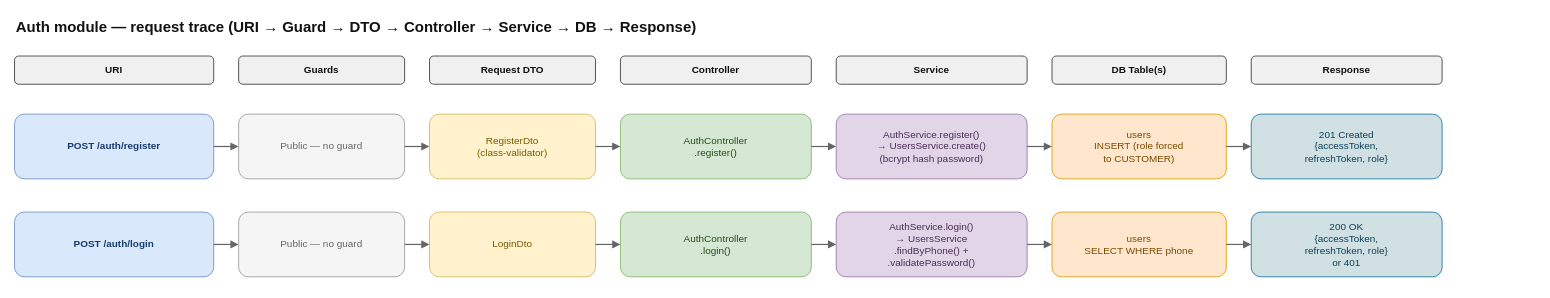
This is flows/drawio/01-auth-trace.drawio from revanthvelaga/2026-VRK-Arogya, a draw.io file, before an edit. Source tidied: cells renumbered, new cells numbered last; positions are measured from the earlier drawing's top-left corner, leaving out a move shared by most shapes. Both pictures are drawn from the tidied source at 83%, with x=0, y=0 at pixel (14, 14).
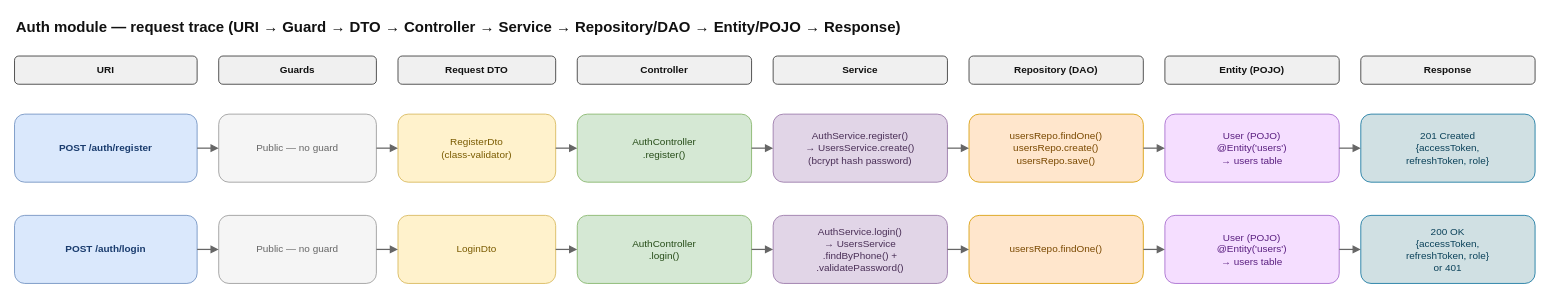
The same page after the edit.

Diff of the diagram source:
```diff
@@
-    <mxCell id="2" value="Auth module — request trace (URI → Guard → DTO → Controller → Service → DB → Response)" style="text;html=1;align=left;verticalAlign=middle;fontSize=18;fontColor=#111111;fontStyle=1;" parent="1" vertex="1">
-      <mxGeometry width="1720" height="30" as="geometry" />
+    <mxCell id="2" value="Auth module — request trace (URI → Guard → DTO → Controller → Service → Repository/DAO → Entity/POJO → Response)" style="text;html=1;align=left;verticalAlign=middle;fontSize=18;fontColor=#111111;fontStyle=1;" parent="1" vertex="1">
+      <mxGeometry width="1832" height="30" as="geometry" />
     </mxCell>
     <mxCell id="3" value="URI" style="rounded=1;whiteSpace=wrap;html=1;fillColor=#f0f0f0;strokeColor=#333333;fontColor=#111111;fontSize=12;align=center;verticalAlign=middle;spacing=6;fontStyle=1;" parent="1" vertex="1">
-      <mxGeometry y="50" width="240" height="34" as="geometry" />
+      <mxGeometry y="50" width="220" height="34" as="geometry" />
     </mxCell>
     <mxCell id="4" value="Guards" style="rounded=1;whiteSpace=wrap;html=1;fillColor=#f0f0f0;strokeColor=#333333;fontColor=#111111;fontSize=12;align=center;verticalAlign=middle;spacing=6;fontStyle=1;" parent="1" vertex="1">
-      <mxGeometry x="270" y="50" width="200" height="34" as="geometry" />
+      <mxGeometry x="246" y="50" width="190" height="34" as="geometry" />
     </mxCell>
     <mxCell id="5" value="Request DTO" style="rounded=1;whiteSpace=wrap;html=1;fillColor=#f0f0f0;strokeColor=#333333;fontColor=#111111;fontSize=12;align=center;verticalAlign=middle;spacing=6;fontStyle=1;" parent="1" vertex="1">
-      <mxGeometry x="500" y="50" width="200" height="34" as="geometry" />
+      <mxGeometry x="462" y="50" width="190" height="34" as="geometry" />
     </mxCell>
     <mxCell id="6" value="Controller" style="rounded=1;whiteSpace=wrap;html=1;fillColor=#f0f0f0;strokeColor=#333333;fontColor=#111111;fontSize=12;align=center;verticalAlign=middle;spacing=6;fontStyle=1;" parent="1" vertex="1">
-      <mxGeometry x="730" y="50" width="230" height="34" as="geometry" />
+      <mxGeometry x="678" y="50" width="210" height="34" as="geometry" />
     </mxCell>
     <mxCell id="7" value="Service" style="rounded=1;whiteSpace=wrap;html=1;fillColor=#f0f0f0;strokeColor=#333333;fontColor=#111111;fontSize=12;align=center;verticalAlign=middle;spacing=6;fontStyle=1;" parent="1" vertex="1">
-      <mxGeometry x="990" y="50" width="230" height="34" as="geometry" />
+      <mxGeometry x="914" y="50" width="210" height="34" as="geometry" />
     </mxCell>
-    <mxCell id="8" value="DB Table(s)" style="rounded=1;whiteSpace=wrap;html=1;fillColor=#f0f0f0;strokeColor=#333333;fontColor=#111111;fontSize=12;align=center;verticalAlign=middle;spacing=6;fontStyle=1;" parent="1" vertex="1">
-      <mxGeometry x="1250" y="50" width="210" height="34" as="geometry" />
+    <mxCell id="8" value="Repository (DAO)" style="rounded=1;whiteSpace=wrap;html=1;fillColor=#f0f0f0;strokeColor=#333333;fontColor=#111111;fontSize=12;align=center;verticalAlign=middle;spacing=6;fontStyle=1;" parent="1" vertex="1">
+      <mxGeometry x="1150" y="50" width="210" height="34" as="geometry" />
     </mxCell>
-    <mxCell id="9" value="Response" style="rounded=1;whiteSpace=wrap;html=1;fillColor=#f0f0f0;strokeColor=#333333;fontColor=#111111;fontSize=12;align=center;verticalAlign=middle;spacing=6;fontStyle=1;" parent="1" vertex="1">
-      <mxGeometry x="1490" y="50" width="230" height="34" as="geometry" />
+    <mxCell id="9" value="Entity (POJO)" style="rounded=1;whiteSpace=wrap;html=1;fillColor=#f0f0f0;strokeColor=#333333;fontColor=#111111;fontSize=12;align=center;verticalAlign=middle;spacing=6;fontStyle=1;" parent="1" vertex="1">
+      <mxGeometry x="1386" y="50" width="210" height="34" as="geometry" />
     </mxCell>
-    <mxCell id="10" value="POST /auth/register" style="rounded=1;whiteSpace=wrap;html=1;fillColor=#dae8fc;strokeColor=#6c8ebf;fontColor=#1a3c6e;fontSize=12;align=center;verticalAlign=middle;spacing=6;fontStyle=1;" parent="1" vertex="1">
-      <mxGeometry y="120" width="240" height="78" as="geometry" />
+    <mxCell id="10" value="Response" style="rounded=1;whiteSpace=wrap;html=1;fillColor=#f0f0f0;strokeColor=#333333;fontColor=#111111;fontSize=12;align=center;verticalAlign=middle;spacing=6;fontStyle=1;" parent="1" vertex="1">
+      <mxGeometry x="1622" y="50" width="210" height="34" as="geometry" />
     </mxCell>
-    <mxCell id="11" value="Public — no guard" style="rounded=1;whiteSpace=wrap;html=1;fillColor=#f5f5f5;strokeColor=#999999;fontColor=#666666;fontSize=12;align=center;verticalAlign=middle;spacing=6;" parent="1" vertex="1">
-      <mxGeometry x="270" y="120" width="200" height="78" as="geometry" />
+    <mxCell id="11" value="POST /auth/register" style="rounded=1;whiteSpace=wrap;html=1;fillColor=#dae8fc;strokeColor=#6c8ebf;fontColor=#1a3c6e;fontSize=12;align=center;verticalAlign=middle;spacing=6;fontStyle=1;" parent="1" vertex="1">
+      <mxGeometry y="120" width="220" height="82" as="geometry" />
     </mxCell>
-    <mxCell id="12" value="RegisterDto&lt;br/&gt;(class-validator)" style="rounded=1;whiteSpace=wrap;html=1;fillColor=#fff2cc;strokeColor=#d6b656;fontColor=#7a5b00;fontSize=12;align=center;verticalAlign=middle;spacing=6;" parent="1" vertex="1">
-      <mxGeometry x="500" y="120" width="200" height="78" as="geometry" />
+    <mxCell id="12" value="Public — no guard" style="rounded=1;whiteSpace=wrap;html=1;fillColor=#f5f5f5;strokeColor=#999999;fontColor=#666666;fontSize=12;align=center;verticalAlign=middle;spacing=6;" parent="1" vertex="1">
+      <mxGeometry x="246" y="120" width="190" height="82" as="geometry" />
     </mxCell>
-    <mxCell id="13" value="AuthController&lt;br/&gt;.register()" style="rounded=1;whiteSpace=wrap;html=1;fillColor=#d5e8d4;strokeColor=#82b366;fontColor=#274d19;fontSize=12;align=center;verticalAlign=middle;spacing=6;" parent="1" vertex="1">
-      <mxGeometry x="730" y="120" width="230" height="78" as="geometry" />
+    <mxCell id="13" value="RegisterDto&lt;br/&gt;(class-validator)" style="rounded=1;whiteSpace=wrap;html=1;fillColor=#fff2cc;strokeColor=#d6b656;fontColor=#7a5b00;fontSize=12;align=center;verticalAlign=middle;spacing=6;" parent="1" vertex="1">
+      <mxGeometry x="462" y="120" width="190" height="82" as="geometry" />
     </mxCell>
-    <mxCell id="14" value="AuthService.register()&lt;br/&gt;→ UsersService.create()&lt;br/&gt;(bcrypt hash password)" style="rounded=1;whiteSpace=wrap;html=1;fillColor=#e1d5e7;strokeColor=#9673a6;fontColor=#4a2f57;fontSize=12;align=center;verticalAlign=middle;spacing=6;" parent="1" vertex="1">
-      <mxGeometry x="990" y="120" width="230" height="78" as="geometry" />
+    <mxCell id="14" value="AuthController&lt;br/&gt;.register()" style="rounded=1;whiteSpace=wrap;html=1;fillColor=#d5e8d4;strokeColor=#82b366;fontColor=#274d19;fontSize=12;align=center;verticalAlign=middle;spacing=6;" parent="1" vertex="1">
+      <mxGeometry x="678" y="120" width="210" height="82" as="geometry" />
     </mxCell>
-    <mxCell id="15" value="users&lt;br/&gt;INSERT (role forced&lt;br/&gt;to CUSTOMER)" style="rounded=1;whiteSpace=wrap;html=1;fillColor=#ffe6cc;strokeColor=#d79b00;fontColor=#7a4900;fontSize=12;align=center;verticalAlign=middle;spacing=6;" parent="1" vertex="1">
-      <mxGeometry x="1250" y="120" width="210" height="78" as="geometry" />
+    <mxCell id="15" value="AuthService.register()&lt;br/&gt;→ UsersService.create()&lt;br/&gt;(bcrypt hash password)" style="rounded=1;whiteSpace=wrap;html=1;fillColor=#e1d5e7;strokeColor=#9673a6;fontColor=#4a2f57;fontSize=12;align=center;verticalAlign=middle;spacing=6;" parent="1" vertex="1">
+      <mxGeometry x="914" y="120" width="210" height="82" as="geometry" />
     </mxCell>
-    <mxCell id="16" value="201 Created&lt;br/&gt;{accessToken,&lt;br/&gt;refreshToken, role}" style="rounded=1;whiteSpace=wrap;html=1;fillColor=#d0e0e3;strokeColor=#10739e;fontColor=#0b425a;fontSize=12;align=center;verticalAlign=middle;spacing=6;" parent="1" vertex="1">
-      <mxGeometry x="1490" y="120" width="230" height="78" as="geometry" />
+    <mxCell id="16" value="usersRepo.findOne()&lt;br/&gt;usersRepo.create()&lt;br/&gt;usersRepo.save()" style="rounded=1;whiteSpace=wrap;html=1;fillColor=#ffe6cc;strokeColor=#d79b00;fontColor=#7a4900;fontSize=12;align=center;verticalAlign=middle;spacing=6;" parent="1" vertex="1">
+      <mxGeometry x="1150" y="120" width="210" height="82" as="geometry" />
     </mxCell>
-    <mxCell id="17" style="edgeStyle=orthogonalEdgeStyle;rounded=0;html=1;endArrow=block;elbow=vertical;strokeColor=#666666;strokeWidth=1.5;" parent="1" edge="1" source="10" target="11">
-      <mxGeometry relative="1" as="geometry" />
+    <mxCell id="17" value="User (POJO)&lt;br/&gt;@Entity('users')&lt;br/&gt;→ users table" style="rounded=1;whiteSpace=wrap;html=1;fillColor=#f5deff;strokeColor=#a366cc;fontColor=#5a1f80;fontSize=12;align=center;verticalAlign=middle;spacing=6;" parent="1" vertex="1">
+      <mxGeometry x="1386" y="120" width="210" height="82" as="geometry" />
     </mxCell>
-    <mxCell id="18" style="edgeStyle=orthogonalEdgeStyle;rounded=0;html=1;endArrow=block;elbow=vertical;strokeColor=#666666;strokeWidth=1.5;" parent="1" edge="1" source="11" target="12">
-      <mxGeometry relative="1" as="geometry" />
+    <mxCell id="18" value="201 Created&lt;br/&gt;{accessToken,&lt;br/&gt;refreshToken, role}" style="rounded=1;whiteSpace=wrap;html=1;fillColor=#d0e0e3;strokeColor=#10739e;fontColor=#0b425a;fontSize=12;align=center;verticalAlign=middle;spacing=6;" parent="1" vertex="1">
+      <mxGeometry x="1622" y="120" width="210" height="82" as="geometry" />
     </mxCell>
-    <mxCell id="19" style="edgeStyle=orthogonalEdgeStyle;rounded=0;html=1;endArrow=block;elbow=vertical;strokeColor=#666666;strokeWidth=1.5;" parent="1" edge="1" source="12" target="13">
+    <mxCell id="19" style="edgeStyle=orthogonalEdgeStyle;rounded=0;html=1;endArrow=block;elbow=vertical;strokeColor=#666666;strokeWidth=1.5;" parent="1" edge="1" source="11" target="12">
       <mxGeometry relative="1" as="geometry" />
     </mxCell>
-    <mxCell id="20" style="edgeStyle=orthogonalEdgeStyle;rounded=0;html=1;endArrow=block;elbow=vertical;strokeColor=#666666;strokeWidth=1.5;" parent="1" edge="1" source="13" target="14">
+    <mxCell id="20" style="edgeStyle=orthogonalEdgeStyle;rounded=0;html=1;endArrow=block;elbow=vertical;strokeColor=#666666;strokeWidth=1.5;" parent="1" edge="1" source="12" target="13">
       <mxGeometry relative="1" as="geometry" />
     </mxCell>
-    <mxCell id="21" style="edgeStyle=orthogonalEdgeStyle;rounded=0;html=1;endArrow=block;elbow=vertical;strokeColor=#666666;strokeWidth=1.5;" parent="1" edge="1" source="14" target="15">
+    <mxCell id="21" style="edgeStyle=orthogonalEdgeStyle;rounded=0;html=1;endArrow=block;elbow=vertical;strokeColor=#666666;strokeWidth=1.5;" parent="1" edge="1" source="13" target="14">
       <mxGeometry relative="1" as="geometry" />
     </mxCell>
-    <mxCell id="22" style="edgeStyle=orthogonalEdgeStyle;rounded=0;html=1;endArrow=block;elbow=vertical;strokeColor=#666666;strokeWidth=1.5;" parent="1" edge="1" source="15" target="16">
+    <mxCell id="22" style="edgeStyle=orthogonalEdgeStyle;rounded=0;html=1;endArrow=block;elbow=vertical;strokeColor=#666666;strokeWidth=1.5;" parent="1" edge="1" source="14" target="15">
       <mxGeometry relative="1" as="geometry" />
     </mxCell>
-    <mxCell id="23" value="POST /auth/login" style="rounded=1;whiteSpace=wrap;html=1;fillColor=#dae8fc;strokeColor=#6c8ebf;fontColor=#1a3c6e;fontSize=12;align=center;verticalAlign=middle;spacing=6;fontStyle=1;" parent="1" vertex="1">
-      <mxGeometry y="238" width="240" height="78" as="geometry" />
+    <mxCell id="23" style="edgeStyle=orthogonalEdgeStyle;rounded=0;html=1;endArrow=block;elbow=vertical;strokeColor=#666666;strokeWidth=1.5;" parent="1" edge="1" source="15" target="16">
+      <mxGeometry relative="1" as="geometry" />
     </mxCell>
-    <mxCell id="24" value="Public — no guard" style="rounded=1;whiteSpace=wrap;html=1;fillColor=#f5f5f5;strokeColor=#999999;fontColor=#666666;fontSize=12;align=center;verticalAlign=middle;spacing=6;" parent="1" vertex="1">
-      <mxGeometry x="270" y="238" width="200" height="78" as="geometry" />
+    <mxCell id="24" style="edgeStyle=orthogonalEdgeStyle;rounded=0;html=1;endArrow=block;elbow=vertical;strokeColor=#666666;strokeWidth=1.5;" parent="1" edge="1" source="16" target="17">
+      <mxGeometry relative="1" as="geometry" />
     </mxCell>
-    <mxCell id="25" value="LoginDto" style="rounded=1;whiteSpace=wrap;html=1;fillColor=#fff2cc;strokeColor=#d6b656;fontColor=#7a5b00;fontSize=12;align=center;verticalAlign=middle;spacing=6;" parent="1" vertex="1">
-      <mxGeometry x="500" y="238" width="200" height="78" as="geometry" />
+    <mxCell id="25" style="edgeStyle=orthogonalEdgeStyle;rounded=0;html=1;endArrow=block;elbow=vertical;strokeColor=#666666;strokeWidth=1.5;" parent="1" edge="1" source="17" target="18">
+      <mxGeometry relative="1" as="geometry" />
     </mxCell>
-    <mxCell id="26" value="AuthController&lt;br/&gt;.login()" style="rounded=1;whiteSpace=wrap;html=1;fillColor=#d5e8d4;strokeColor=#82b366;fontColor=#274d19;fontSize=12;align=center;verticalAlign=middle;spacing=6;" parent="1" vertex="1">
-      <mxGeometry x="730" y="238" width="230" height="78" as="geometry" />
+    <mxCell id="26" value="POST /auth/login" style="rounded=1;whiteSpace=wrap;html=1;fillColor=#dae8fc;strokeColor=#6c8ebf;fontColor=#1a3c6e;fontSize=12;align=center;verticalAlign=middle;spacing=6;fontStyle=1;" parent="1" vertex="1">
+      <mxGeometry y="242" width="220" height="82" as="geometry" />
     </mxCell>
-    <mxCell id="27" value="AuthService.login()&lt;br/&gt;→ UsersService&lt;br/&gt;.findByPhone() +&lt;br/&gt;.validatePassword()" style="rounded=1;whiteSpace=wrap;html=1;fillColor=#e1d5e7;strokeColor=#9673a6;fontColor=#4a2f57;fontSize=12;align=center;verticalAlign=middle;spacing=6;" parent="1" vertex="1">
-      <mxGeometry x="990" y="238" width="230" height="78" as="geometry" />
+    <mxCell id="27" value="Public — no guard" style="rounded=1;whiteSpace=wrap;html=1;fillColor=#f5f5f5;strokeColor=#999999;fontColor=#666666;fontSize=12;align=center;verticalAlign=middle;spacing=6;" parent="1" vertex="1">
+      <mxGeometry x="246" y="242" width="190" height="82" as="geometry" />
     </mxCell>
-    <mxCell id="28" value="users&lt;br/&gt;SELECT WHERE phone" style="rounded=1;whiteSpace=wrap;html=1;fillColor=#ffe6cc;strokeColor=#d79b00;fontColor=#7a4900;fontSize=12;align=center;verticalAlign=middle;spacing=6;" parent="1" vertex="1">
-      <mxGeometry x="1250" y="238" width="210" height="78" as="geometry" />
+    <mxCell id="28" value="LoginDto" style="rounded=1;whiteSpace=wrap;html=1;fillColor=#fff2cc;strokeColor=#d6b656;fontColor=#7a5b00;fontSize=12;align=center;verticalAlign=middle;spacing=6;" parent="1" vertex="1">
+      <mxGeometry x="462" y="242" width="190" height="82" as="geometry" />
     </mxCell>
-    <mxCell id="29" value="200 OK&lt;br/&gt;{accessToken,&lt;br/&gt;refreshToken, role}&lt;br/&gt;or 401" style="rounded=1;whiteSpace=wrap;html=1;fillColor=#d0e0e3;strokeColor=#10739e;fontColor=#0b425a;fontSize=12;align=center;verticalAlign=middle;spacing=6;" parent="1" vertex="1">
-      <mxGeometry x="1490" y="238" width="230" height="78" as="geometry" />
+    <mxCell id="29" value="AuthController&lt;br/&gt;.login()" style="rounded=1;whiteSpace=wrap;html=1;fillColor=#d5e8d4;strokeColor=#82b366;fontColor=#274d19;fontSize=12;align=center;verticalAlign=middle;spacing=6;" parent="1" vertex="1">
+      <mxGeometry x="678" y="242" width="210" height="82" as="geometry" />
     </mxCell>
-    <mxCell id="30" style="edgeStyle=orthogonalEdgeStyle;rounded=0;html=1;endArrow=block;elbow=vertical;strokeColor=#666666;strokeWidth=1.5;" parent="1" edge="1" source="23" target="24">
-      <mxGeometry relative="1" as="geometry" />
+    <mxCell id="30" value="AuthService.login()&lt;br/&gt;→ UsersService&lt;br/&gt;.findByPhone() +&lt;br/&gt;.validatePassword()" style="rounded=1;whiteSpace=wrap;html=1;fillColor=#e1d5e7;strokeColor=#9673a6;fontColor=#4a2f57;fontSize=12;align=center;verticalAlign=middle;spacing=6;" parent="1" vertex="1">
+      <mxGeometry x="914" y="242" width="210" height="82" as="geometry" />
     </mxCell>
-    <mxCell id="31" style="edgeStyle=orthogonalEdgeStyle;rounded=0;html=1;endArrow=block;elbow=vertical;strokeColor=#666666;strokeWidth=1.5;" parent="1" edge="1" source="24" target="25">
-      <mxGeometry relative="1" as="geometry" />
+    <mxCell id="31" value="usersRepo.findOne()" style="rounded=1;whiteSpace=wrap;html=1;fillColor=#ffe6cc;strokeColor=#d79b00;fontColor=#7a4900;fontSize=12;align=center;verticalAlign=middle;spacing=6;" parent="1" vertex="1">
+      <mxGeometry x="1150" y="242" width="210" height="82" as="geometry" />
     </mxCell>
-    <mxCell id="32" style="edgeStyle=orthogonalEdgeStyle;rounded=0;html=1;endArrow=block;elbow=vertical;strokeColor=#666666;strokeWidth=1.5;" parent="1" edge="1" source="25" target="26">
-      <mxGeometry relative="1" as="geometry" />
+    <mxCell id="32" value="User (POJO)&lt;br/&gt;@Entity('users')&lt;br/&gt;→ users table" style="rounded=1;whiteSpace=wrap;html=1;fillColor=#f5deff;strokeColor=#a366cc;fontColor=#5a1f80;fontSize=12;align=center;verticalAlign=middle;spacing=6;" parent="1" vertex="1">
+      <mxGeometry x="1386" y="242" width="210" height="82" as="geometry" />
     </mxCell>
-    <mxCell id="33" style="edgeStyle=orthogonalEdgeStyle;rounded=0;html=1;endArrow=block;elbow=vertical;strokeColor=#666666;strokeWidth=1.5;" parent="1" edge="1" source="26" target="27">
-      <mxGeometry relative="1" as="geometry" />
+    <mxCell id="33" value="200 OK&lt;br/&gt;{accessToken,&lt;br/&gt;refreshToken, role}&lt;br/&gt;or 401" style="rounded=1;whiteSpace=wrap;html=1;fillColor=#d0e0e3;strokeColor=#10739e;fontColor=#0b425a;fontSize=12;align=center;verticalAlign=middle;spacing=6;" parent="1" vertex="1">
+      <mxGeometry x="1622" y="242" width="210" height="82" as="geometry" />
     </mxCell>
-    <mxCell id="34" style="edgeStyle=orthogonalEdgeStyle;rounded=0;html=1;endArrow=block;elbow=vertical;strokeColor=#666666;strokeWidth=1.5;" parent="1" edge="1" source="27" target="28">
+    <mxCell id="34" style="edgeStyle=orthogonalEdgeStyle;rounded=0;html=1;endArrow=block;elbow=vertical;strokeColor=#666666;strokeWidth=1.5;" parent="1" edge="1" source="26" target="27">
       <mxGeometry relative="1" as="geometry" />
     </mxCell>
-    <mxCell id="35" style="edgeStyle=orthogonalEdgeStyle;rounded=0;html=1;endArrow=block;elbow=vertical;strokeColor=#666666;strokeWidth=1.5;" parent="1" edge="1" source="28" target="29">
+    <mxCell id="35" style="edgeStyle=orthogonalEdgeStyle;rounded=0;html=1;endArrow=block;elbow=vertical;strokeColor=#666666;strokeWidth=1.5;" parent="1" edge="1" source="27" target="28">
       <mxGeometry relative="1" as="geometry" />
     </mxCell>
+    <mxCell id="36" style="edgeStyle=orthogonalEdgeStyle;rounded=0;html=1;endArrow=block;elbow=vertical;strokeColor=#666666;strokeWidth=1.5;" parent="1" edge="1" source="28" target="29">
+      <mxGeometry relative="1" as="geometry" />
+    </mxCell>
+    <mxCell id="37" style="edgeStyle=orthogonalEdgeStyle;rounded=0;html=1;endArrow=block;elbow=vertical;strokeColor=#666666;strokeWidth=1.5;" parent="1" edge="1" source="29" target="30">
+      <mxGeometry relative="1" as="geometry" />
+    </mxCell>
+    <mxCell id="38" style="edgeStyle=orthogonalEdgeStyle;rounded=0;html=1;endArrow=block;elbow=vertical;strokeColor=#666666;strokeWidth=1.5;" parent="1" edge="1" source="30" target="31">
+      <mxGeometry relative="1" as="geometry" />
+    </mxCell>
+    <mxCell id="39" style="edgeStyle=orthogonalEdgeStyle;rounded=0;html=1;endArrow=block;elbow=vertical;strokeColor=#666666;strokeWidth=1.5;" parent="1" edge="1" source="31" target="32">
+      <mxGeometry relative="1" as="geometry" />
+    </mxCell>
+    <mxCell id="40" style="edgeStyle=orthogonalEdgeStyle;rounded=0;html=1;endArrow=block;elbow=vertical;strokeColor=#666666;strokeWidth=1.5;" parent="1" edge="1" source="32" target="33">
+      <mxGeometry relative="1" as="geometry" />
+    </mxCell>
```
